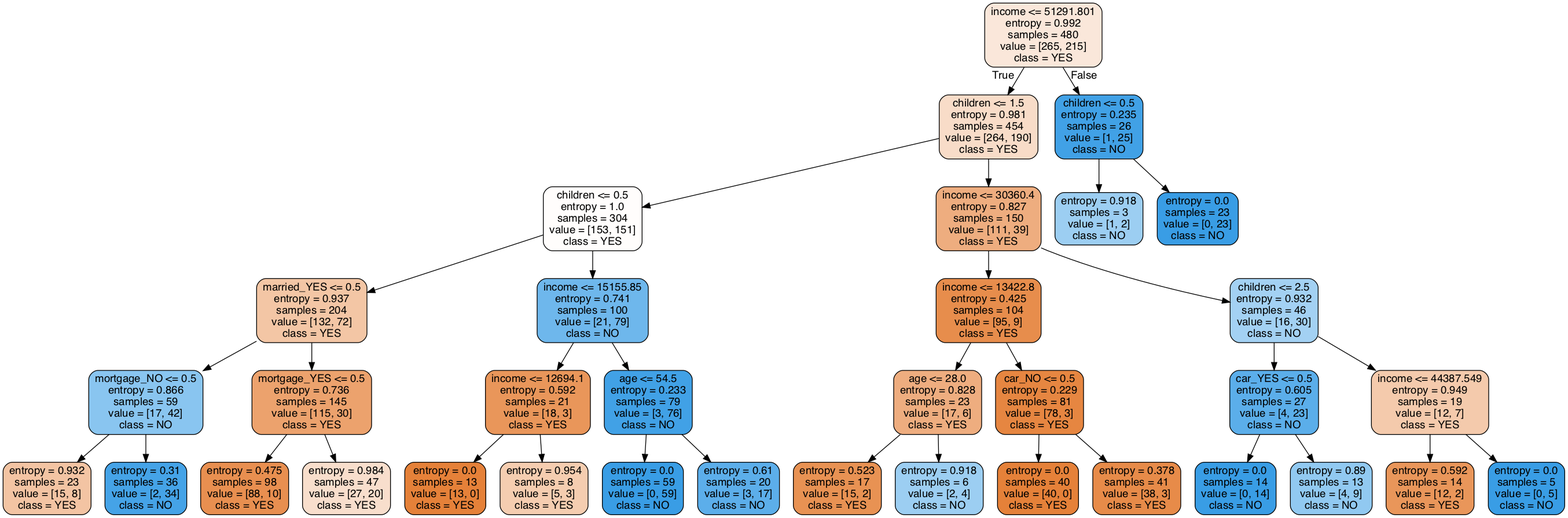
Earlier version of the Graphviz export Assignment2/tree.dot.png (claytoncohn/DSC478). Its source is kept beside it as Assignment2/tree.dot. The source it was exported from:
```dot
digraph Tree {
node [shape=box, style="filled, rounded", color="black", fontname=helvetica] ;
edge [fontname=helvetica] ;
0 [label="income <= 51291.801\nentropy = 0.992\nsamples = 480\nvalue = [265, 215]\nclass = YES", fillcolor="#fae7da"] ;
1 [label="children <= 1.5\nentropy = 0.981\nsamples = 454\nvalue = [264, 190]\nclass = YES", fillcolor="#f8dcc8"] ;
0 -> 1 [labeldistance=2.5, labelangle=45, headlabel="True"] ;
2 [label="children <= 0.5\nentropy = 1.0\nsamples = 304\nvalue = [153, 151]\nclass = YES", fillcolor="#fffdfc"] ;
1 -> 2 ;
3 [label="married_YES <= 0.5\nentropy = 0.937\nsamples = 204\nvalue = [132, 72]\nclass = YES", fillcolor="#f3c6a5"] ;
2 -> 3 ;
4 [label="mortgage_NO <= 0.5\nentropy = 0.866\nsamples = 59\nvalue = [17, 42]\nclass = NO", fillcolor="#89c5f0"] ;
3 -> 4 ;
5 [label="entropy = 0.932\nsamples = 23\nvalue = [15, 8]\nclass = YES", fillcolor="#f3c4a3"] ;
4 -> 5 ;
6 [label="entropy = 0.31\nsamples = 36\nvalue = [2, 34]\nclass = NO", fillcolor="#45a3e7"] ;
4 -> 6 ;
7 [label="mortgage_YES <= 0.5\nentropy = 0.736\nsamples = 145\nvalue = [115, 30]\nclass = YES", fillcolor="#eca26d"] ;
3 -> 7 ;
8 [label="entropy = 0.475\nsamples = 98\nvalue = [88, 10]\nclass = YES", fillcolor="#e88f50"] ;
7 -> 8 ;
9 [label="entropy = 0.984\nsamples = 47\nvalue = [27, 20]\nclass = YES", fillcolor="#f8decc"] ;
7 -> 9 ;
10 [label="income <= 15155.85\nentropy = 0.741\nsamples = 100\nvalue = [21, 79]\nclass = NO", fillcolor="#6eb7ec"] ;
2 -> 10 ;
11 [label="income <= 12694.1\nentropy = 0.592\nsamples = 21\nvalue = [18, 3]\nclass = YES", fillcolor="#e9965a"] ;
10 -> 11 ;
12 [label="entropy = 0.0\nsamples = 13\nvalue = [13, 0]\nclass = YES", fillcolor="#e58139"] ;
11 -> 12 ;
13 [label="entropy = 0.954\nsamples = 8\nvalue = [5, 3]\nclass = YES", fillcolor="#f5cdb0"] ;
11 -> 13 ;
14 [label="age <= 54.5\nentropy = 0.233\nsamples = 79\nvalue = [3, 76]\nclass = NO", fillcolor="#41a1e6"] ;
10 -> 14 ;
15 [label="entropy = 0.0\nsamples = 59\nvalue = [0, 59]\nclass = NO", fillcolor="#399de5"] ;
14 -> 15 ;
16 [label="entropy = 0.61\nsamples = 20\nvalue = [3, 17]\nclass = NO", fillcolor="#5caeea"] ;
14 -> 16 ;
17 [label="income <= 30360.4\nentropy = 0.827\nsamples = 150\nvalue = [111, 39]\nclass = YES", fillcolor="#eead7f"] ;
1 -> 17 ;
18 [label="income <= 13422.8\nentropy = 0.425\nsamples = 104\nvalue = [95, 9]\nclass = YES", fillcolor="#e78d4c"] ;
17 -> 18 ;
19 [label="age <= 28.0\nentropy = 0.828\nsamples = 23\nvalue = [17, 6]\nclass = YES", fillcolor="#eead7f"] ;
18 -> 19 ;
20 [label="entropy = 0.523\nsamples = 17\nvalue = [15, 2]\nclass = YES", fillcolor="#e89253"] ;
19 -> 20 ;
21 [label="entropy = 0.918\nsamples = 6\nvalue = [2, 4]\nclass = NO", fillcolor="#9ccef2"] ;
19 -> 21 ;
22 [label="car_NO <= 0.5\nentropy = 0.229\nsamples = 81\nvalue = [78, 3]\nclass = YES", fillcolor="#e68641"] ;
18 -> 22 ;
23 [label="entropy = 0.0\nsamples = 40\nvalue = [40, 0]\nclass = YES", fillcolor="#e58139"] ;
22 -> 23 ;
24 [label="entropy = 0.378\nsamples = 41\nvalue = [38, 3]\nclass = YES", fillcolor="#e78b49"] ;
22 -> 24 ;
25 [label="children <= 2.5\nentropy = 0.932\nsamples = 46\nvalue = [16, 30]\nclass = NO", fillcolor="#a3d1f3"] ;
17 -> 25 ;
26 [label="car_YES <= 0.5\nentropy = 0.605\nsamples = 27\nvalue = [4, 23]\nclass = NO", fillcolor="#5baeea"] ;
25 -> 26 ;
27 [label="entropy = 0.0\nsamples = 14\nvalue = [0, 14]\nclass = NO", fillcolor="#399de5"] ;
26 -> 27 ;
28 [label="entropy = 0.89\nsamples = 13\nvalue = [4, 9]\nclass = NO", fillcolor="#91c9f1"] ;
26 -> 28 ;
29 [label="income <= 44387.549\nentropy = 0.949\nsamples = 19\nvalue = [12, 7]\nclass = YES", fillcolor="#f4caac"] ;
25 -> 29 ;
30 [label="entropy = 0.592\nsamples = 14\nvalue = [12, 2]\nclass = YES", fillcolor="#e9965a"] ;
29 -> 30 ;
31 [label="entropy = 0.0\nsamples = 5\nvalue = [0, 5]\nclass = NO", fillcolor="#399de5"] ;
29 -> 31 ;
32 [label="children <= 0.5\nentropy = 0.235\nsamples = 26\nvalue = [1, 25]\nclass = NO", fillcolor="#41a1e6"] ;
0 -> 32 [labeldistance=2.5, labelangle=-45, headlabel="False"] ;
33 [label="entropy = 0.918\nsamples = 3\nvalue = [1, 2]\nclass = NO", fillcolor="#9ccef2"] ;
32 -> 33 ;
34 [label="entropy = 0.0\nsamples = 23\nvalue = [0, 23]\nclass = NO", fillcolor="#399de5"] ;
32 -> 34 ;
}
```
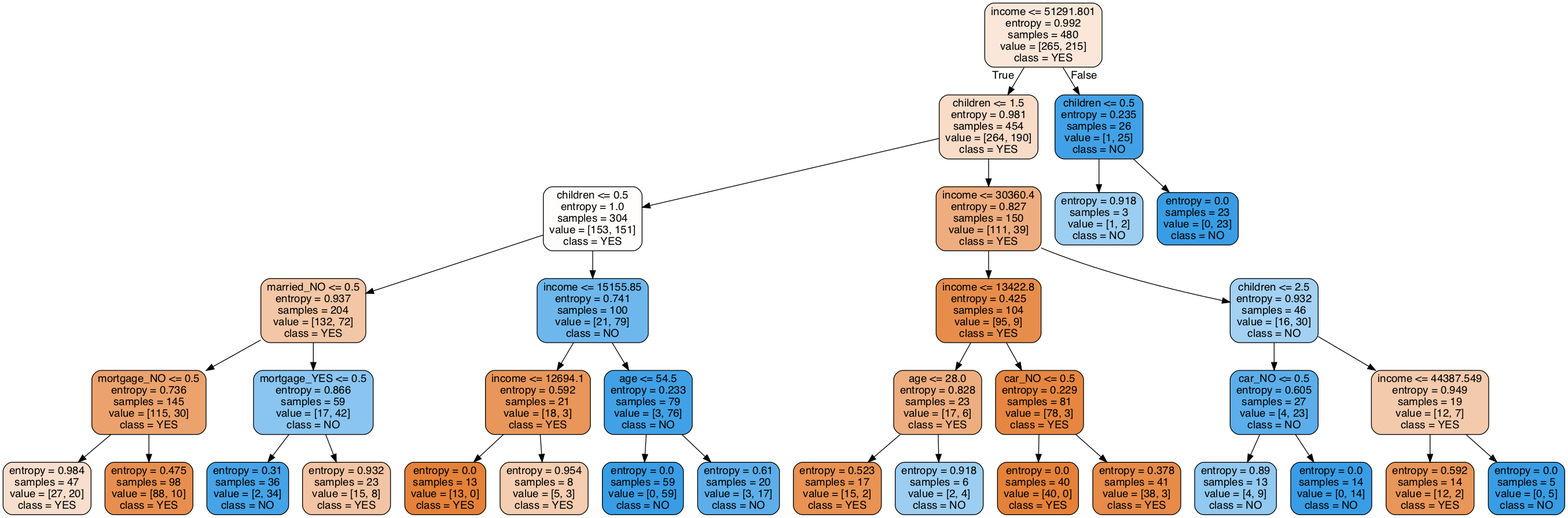
The same diagram one commit later.

Change to the diagram source:
```diff
@@ -6,19 +6,19 @@
 0 -> 1 [labeldistance=2.5, labelangle=45, headlabel="True"] ;
 2 [label="children <= 0.5\nentropy = 1.0\nsamples = 304\nvalue = [153, 151]\nclass = YES", fillcolor="#fffdfc"] ;
 1 -> 2 ;
-3 [label="married_YES <= 0.5\nentropy = 0.937\nsamples = 204\nvalue = [132, 72]\nclass = YES", fillcolor="#f3c6a5"] ;
+3 [label="married_NO <= 0.5\nentropy = 0.937\nsamples = 204\nvalue = [132, 72]\nclass = YES", fillcolor="#f3c6a5"] ;
 2 -> 3 ;
-4 [label="mortgage_NO <= 0.5\nentropy = 0.866\nsamples = 59\nvalue = [17, 42]\nclass = NO", fillcolor="#89c5f0"] ;
+4 [label="mortgage_NO <= 0.5\nentropy = 0.736\nsamples = 145\nvalue = [115, 30]\nclass = YES", fillcolor="#eca26d"] ;
 3 -> 4 ;
-5 [label="entropy = 0.932\nsamples = 23\nvalue = [15, 8]\nclass = YES", fillcolor="#f3c4a3"] ;
+5 [label="entropy = 0.984\nsamples = 47\nvalue = [27, 20]\nclass = YES", fillcolor="#f8decc"] ;
 4 -> 5 ;
-6 [label="entropy = 0.31\nsamples = 36\nvalue = [2, 34]\nclass = NO", fillcolor="#45a3e7"] ;
+6 [label="entropy = 0.475\nsamples = 98\nvalue = [88, 10]\nclass = YES", fillcolor="#e88f50"] ;
 4 -> 6 ;
-7 [label="mortgage_YES <= 0.5\nentropy = 0.736\nsamples = 145\nvalue = [115, 30]\nclass = YES", fillcolor="#eca26d"] ;
+7 [label="mortgage_YES <= 0.5\nentropy = 0.866\nsamples = 59\nvalue = [17, 42]\nclass = NO", fillcolor="#89c5f0"] ;
 3 -> 7 ;
-8 [label="entropy = 0.475\nsamples = 98\nvalue = [88, 10]\nclass = YES", fillcolor="#e88f50"] ;
+8 [label="entropy = 0.31\nsamples = 36\nvalue = [2, 34]\nclass = NO", fillcolor="#45a3e7"] ;
 7 -> 8 ;
-9 [label="entropy = 0.984\nsamples = 47\nvalue = [27, 20]\nclass = YES", fillcolor="#f8decc"] ;
+9 [label="entropy = 0.932\nsamples = 23\nvalue = [15, 8]\nclass = YES", fillcolor="#f3c4a3"] ;
 7 -> 9 ;
 10 [label="income <= 15155.85\nentropy = 0.741\nsamples = 100\nvalue = [21, 79]\nclass = NO", fillcolor="#6eb7ec"] ;
 2 -> 10 ;
@@ -52,11 +52,11 @@
 22 -> 24 ;
 25 [label="children <= 2.5\nentropy = 0.932\nsamples = 46\nvalue = [16, 30]\nclass = NO", fillcolor="#a3d1f3"] ;
 17 -> 25 ;
-26 [label="car_YES <= 0.5\nentropy = 0.605\nsamples = 27\nvalue = [4, 23]\nclass = NO", fillcolor="#5baeea"] ;
+26 [label="car_NO <= 0.5\nentropy = 0.605\nsamples = 27\nvalue = [4, 23]\nclass = NO", fillcolor="#5baeea"] ;
 25 -> 26 ;
-27 [label="entropy = 0.0\nsamples = 14\nvalue = [0, 14]\nclass = NO", fillcolor="#399de5"] ;
+27 [label="entropy = 0.89\nsamples = 13\nvalue = [4, 9]\nclass = NO", fillcolor="#91c9f1"] ;
 26 -> 27 ;
-28 [label="entropy = 0.89\nsamples = 13\nvalue = [4, 9]\nclass = NO", fillcolor="#91c9f1"] ;
+28 [label="entropy = 0.0\nsamples = 14\nvalue = [0, 14]\nclass = NO", fillcolor="#399de5"] ;
 26 -> 28 ;
 29 [label="income <= 44387.549\nentropy = 0.949\nsamples = 19\nvalue = [12, 7]\nclass = YES", fillcolor="#f4caac"] ;
 25 -> 29 ;
```
